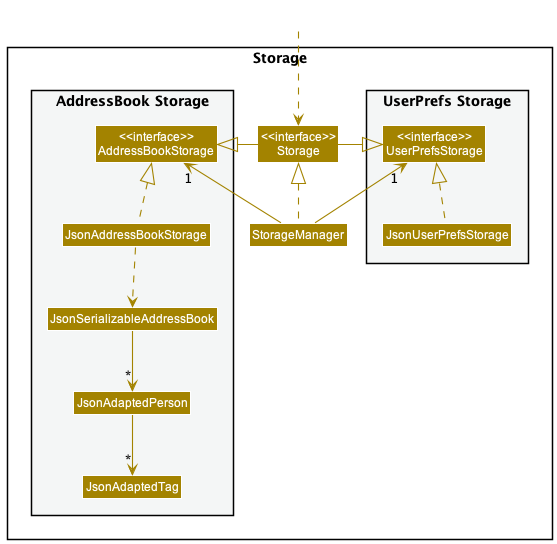
This is docs/images/StorageClassDiagram.png from se-edu/addressbook-level3, a PlantUML export, as it was before one commit.
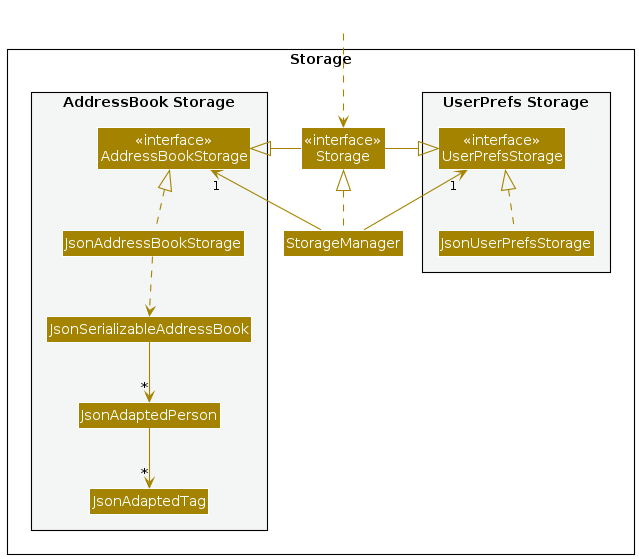
Later version of the same file.

The edit, as a diff of the source:
```diff
@@ -4,7 +4,7 @@
 skinparam arrowColor STORAGE_COLOR
 skinparam classBackgroundColor STORAGE_COLOR
 
-package Storage{
+package Storage as StoragePackage {
 
 package "UserPrefs Storage" #F4F6F6{
 Class "<<interface>>\nUserPrefsStorage" as UserPrefsStorage
```
